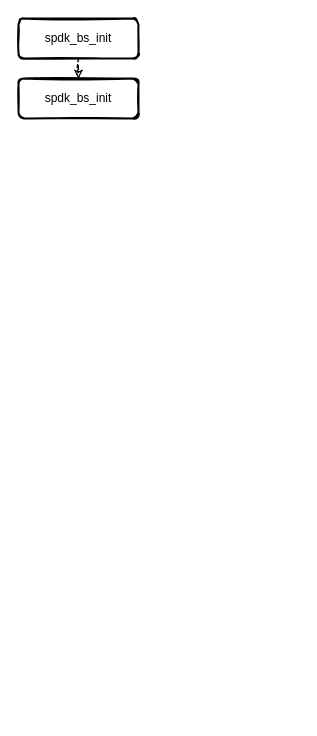
EarthWind/deeparch keeps this draw.io diagram as page "blobstore_create" (2 of 3) of spdk/spdk_blobstore.drawio. Above is the earlier version. Source tidied: cells renumbered, new cells numbered last; positions are measured from the earlier drawing's top-left corner, leaving out a move shared by most shapes. Both pictures are drawn from the tidied source at 100%, with x=0, y=0 at pixel (18, 18).
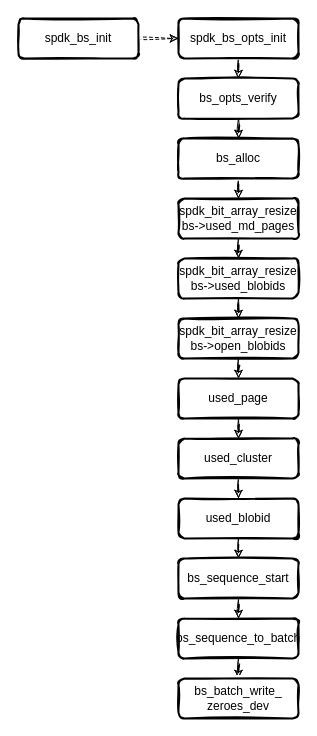
After the change.

Unchanged cells that the change refers to:
```xml
<mxCell id="3" value="spdk_bs_init" style="rounded=1;whiteSpace=wrap;html=1;strokeWidth=2;fillWeight=4;hachureGap=8;hachureAngle=45;sketch=1;fillColor=#FFFFFF;" parent="1" vertex="1">
  <mxGeometry width="120" height="40" as="geometry" />
</mxCell>
```

Diff of the diagram source:
```diff
@@
-    <mxCell id="2" style="edgeStyle=orthogonalEdgeStyle;curved=1;rounded=0;sketch=1;jettySize=auto;html=1;entryX=0.5;entryY=0;entryDx=0;entryDy=0;dashed=1;" parent="1" edge="1" source="3" target="4">
+    <mxCell id="2" style="edgeStyle=orthogonalEdgeStyle;curved=1;rounded=0;sketch=1;jettySize=auto;html=1;dashed=1;" parent="1" edge="1" source="3" target="4">
       <mxGeometry relative="1" as="geometry" />
     </mxCell>
@@
+    <mxCell id="5" style="edgeStyle=orthogonalEdgeStyle;curved=1;rounded=0;sketch=1;jettySize=auto;html=1;entryX=0.5;entryY=0;entryDx=0;entryDy=0;startArrow=none;startFill=0;" parent="1" edge="1" source="4" target="7">
+      <mxGeometry relative="1" as="geometry" />
+    </mxCell>
-    <mxCell id="4" value="spdk_bs_init" style="rounded=1;whiteSpace=wrap;html=1;strokeWidth=2;fillWeight=4;hachureGap=8;hachureAngle=45;sketch=1;fillColor=#FFFFFF;" parent="1" vertex="1">
-      <mxGeometry y="60" width="120" height="40" as="geometry" />
+    <mxCell id="4" value="spdk_bs_opts_init" style="rounded=1;whiteSpace=wrap;html=1;strokeWidth=2;fillWeight=4;hachureGap=8;hachureAngle=45;sketch=1;fillColor=#FFFFFF;" parent="1" vertex="1">
+      <mxGeometry x="160" width="120" height="40" as="geometry" />
     </mxCell>
+    <mxCell id="6" style="edgeStyle=orthogonalEdgeStyle;curved=1;rounded=0;sketch=1;jettySize=auto;html=1;startArrow=none;startFill=0;" parent="1" edge="1" source="7" target="9">
+      <mxGeometry relative="1" as="geometry" />
+    </mxCell>
+    <mxCell id="7" value="bs_opts_verify" style="rounded=1;whiteSpace=wrap;html=1;strokeWidth=2;fillWeight=4;hachureGap=8;hachureAngle=45;sketch=1;fillColor=#FFFFFF;" parent="1" vertex="1">
+      <mxGeometry x="160" y="60" width="120" height="40" as="geometry" />
+    </mxCell>
+    <mxCell id="8" style="edgeStyle=orthogonalEdgeStyle;curved=1;rounded=0;sketch=1;jettySize=auto;html=1;entryX=0.5;entryY=0;entryDx=0;entryDy=0;startArrow=none;startFill=0;" parent="1" edge="1" source="9" target="11">
+      <mxGeometry relative="1" as="geometry" />
+    </mxCell>
+    <mxCell id="9" value="bs_alloc" style="rounded=1;whiteSpace=wrap;html=1;strokeWidth=2;fillWeight=4;hachureGap=8;hachureAngle=45;sketch=1;fillColor=#FFFFFF;" parent="1" vertex="1">
+      <mxGeometry x="160" y="120" width="120" height="40" as="geometry" />
+    </mxCell>
+    <mxCell id="10" style="edgeStyle=orthogonalEdgeStyle;curved=1;rounded=0;sketch=1;jettySize=auto;html=1;entryX=0.5;entryY=0;entryDx=0;entryDy=0;startArrow=none;startFill=0;" parent="1" edge="1" source="11" target="13">
+      <mxGeometry relative="1" as="geometry" />
+    </mxCell>
+    <mxCell id="11" value="spdk_bit_array_resize&lt;br&gt;bs-&amp;gt;used_md_pages" style="rounded=1;whiteSpace=wrap;html=1;strokeWidth=2;fillWeight=4;hachureGap=8;hachureAngle=45;sketch=1;fillColor=#FFFFFF;" parent="1" vertex="1">
+      <mxGeometry x="160" y="180" width="120" height="40" as="geometry" />
+    </mxCell>
+    <mxCell id="12" style="edgeStyle=orthogonalEdgeStyle;curved=1;rounded=0;sketch=1;jettySize=auto;html=1;entryX=0.5;entryY=0;entryDx=0;entryDy=0;startArrow=none;startFill=0;" parent="1" edge="1" source="13" target="15">
+      <mxGeometry relative="1" as="geometry" />
+    </mxCell>
+    <mxCell id="13" value="spdk_bit_array_resize&lt;br&gt;bs-&amp;gt;used_blobids" style="rounded=1;whiteSpace=wrap;html=1;strokeWidth=2;fillWeight=4;hachureGap=8;hachureAngle=45;sketch=1;fillColor=#FFFFFF;" parent="1" vertex="1">
+      <mxGeometry x="160" y="240" width="120" height="40" as="geometry" />
+    </mxCell>
+    <mxCell id="14" style="edgeStyle=orthogonalEdgeStyle;curved=1;rounded=0;sketch=1;jettySize=auto;html=1;entryX=0.5;entryY=0;entryDx=0;entryDy=0;startArrow=none;startFill=0;" parent="1" edge="1" source="15" target="17">
+      <mxGeometry relative="1" as="geometry" />
+    </mxCell>
+    <mxCell id="15" value="spdk_bit_array_resize&lt;br&gt;bs-&amp;gt;open_blobids" style="rounded=1;whiteSpace=wrap;html=1;strokeWidth=2;fillWeight=4;hachureGap=8;hachureAngle=45;sketch=1;fillColor=#FFFFFF;" parent="1" vertex="1">
+      <mxGeometry x="160" y="300" width="120" height="40" as="geometry" />
+    </mxCell>
+    <mxCell id="16" style="edgeStyle=orthogonalEdgeStyle;curved=1;rounded=0;sketch=1;jettySize=auto;html=1;entryX=0.5;entryY=0;entryDx=0;entryDy=0;startArrow=none;startFill=0;" parent="1" edge="1" source="17" target="19">
+      <mxGeometry relative="1" as="geometry" />
+    </mxCell>
+    <mxCell id="17" value="used_page" style="rounded=1;whiteSpace=wrap;html=1;strokeWidth=2;fillWeight=4;hachureGap=8;hachureAngle=45;sketch=1;fillColor=#FFFFFF;" parent="1" vertex="1">
+      <mxGeometry x="160" y="360" width="120" height="40" as="geometry" />
+    </mxCell>
+    <mxCell id="18" style="edgeStyle=orthogonalEdgeStyle;curved=1;rounded=0;sketch=1;jettySize=auto;html=1;entryX=0.5;entryY=0;entryDx=0;entryDy=0;startArrow=none;startFill=0;" parent="1" edge="1" source="19" target="21">
+      <mxGeometry relative="1" as="geometry" />
+    </mxCell>
+    <mxCell id="19" value="used_cluster" style="rounded=1;whiteSpace=wrap;html=1;strokeWidth=2;fillWeight=4;hachureGap=8;hachureAngle=45;sketch=1;fillColor=#FFFFFF;" parent="1" vertex="1">
+      <mxGeometry x="160" y="420" width="120" height="40" as="geometry" />
+    </mxCell>
+    <mxCell id="20" style="edgeStyle=orthogonalEdgeStyle;curved=1;rounded=0;sketch=1;jettySize=auto;html=1;entryX=0.5;entryY=0;entryDx=0;entryDy=0;startArrow=none;startFill=0;" parent="1" edge="1" source="21" target="23">
+      <mxGeometry relative="1" as="geometry" />
+    </mxCell>
+    <mxCell id="21" value="used_blobid" style="rounded=1;whiteSpace=wrap;html=1;strokeWidth=2;fillWeight=4;hachureGap=8;hachureAngle=45;sketch=1;fillColor=#FFFFFF;" parent="1" vertex="1">
+      <mxGeometry x="160" y="480" width="120" height="40" as="geometry" />
+    </mxCell>
+    <mxCell id="22" style="edgeStyle=orthogonalEdgeStyle;curved=1;rounded=0;sketch=1;jettySize=auto;html=1;entryX=0.5;entryY=0;entryDx=0;entryDy=0;startArrow=none;startFill=0;" parent="1" edge="1" source="23" target="25">
+      <mxGeometry relative="1" as="geometry" />
+    </mxCell>
+    <mxCell id="23" value="bs_sequence_start" style="rounded=1;whiteSpace=wrap;html=1;strokeWidth=2;fillWeight=4;hachureGap=8;hachureAngle=45;sketch=1;fillColor=#FFFFFF;" parent="1" vertex="1">
+      <mxGeometry x="160" y="540" width="120" height="40" as="geometry" />
+    </mxCell>
+    <mxCell id="24" style="edgeStyle=orthogonalEdgeStyle;curved=1;rounded=0;sketch=1;jettySize=auto;html=1;entryX=0.5;entryY=0;entryDx=0;entryDy=0;startArrow=none;startFill=0;" parent="1" edge="1" source="25" target="26">
+      <mxGeometry relative="1" as="geometry" />
+    </mxCell>
+    <mxCell id="25" value="bs_sequence_to_batch" style="rounded=1;whiteSpace=wrap;html=1;strokeWidth=2;fillWeight=4;hachureGap=8;hachureAngle=45;sketch=1;fillColor=#FFFFFF;" parent="1" vertex="1">
+      <mxGeometry x="160" y="600" width="120" height="40" as="geometry" />
+    </mxCell>
+    <mxCell id="26" value="bs_batch_write_&lt;br&gt;zeroes_dev" style="rounded=1;whiteSpace=wrap;html=1;strokeWidth=2;fillWeight=4;hachureGap=8;hachureAngle=45;sketch=1;fillColor=#FFFFFF;" parent="1" vertex="1">
+      <mxGeometry x="160" y="660" width="120" height="40" as="geometry" />
+    </mxCell>
```
